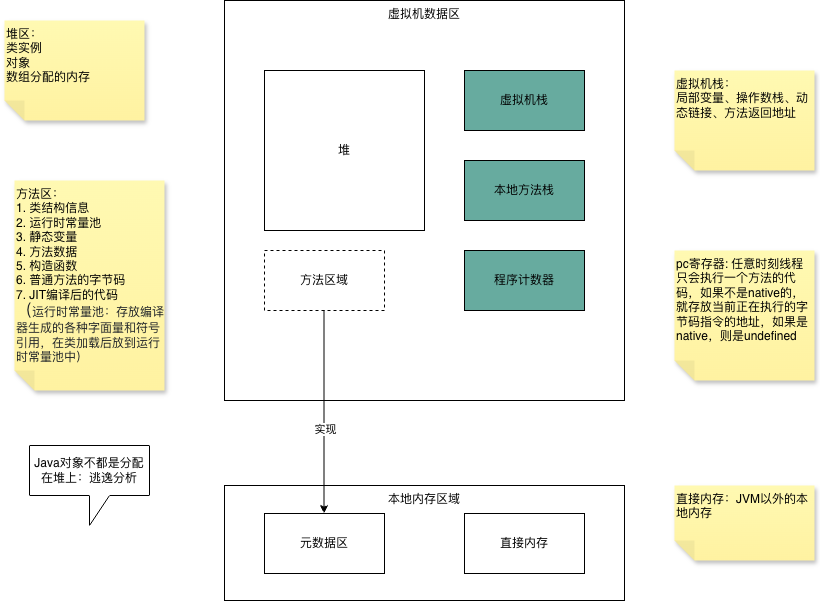
The draw.io diagram 未命名绘图.drawio.png in ggs2015/file, before a commit. Source tidied: cells renumbered, new cells last; positions are measured from the earlier drawing's top-left corner, leaving out a move shared by most shapes. Source of this version:
```xml
<mxGraphModel>
  <root>
    <mxCell id="0" />
    <mxCell id="1" parent="0" />
    <mxCell id="2" value="虚拟机数据区" style="whiteSpace=wrap;html=1;verticalAlign=top;" parent="1" vertex="1">
      <mxGeometry x="220" width="400" height="400" as="geometry" />
    </mxCell>
    <mxCell id="3" value="堆" style="whiteSpace=wrap;html=1;" parent="1" vertex="1">
      <mxGeometry x="260" y="70" width="160" height="160" as="geometry" />
    </mxCell>
    <mxCell id="4" value="虚拟机栈" style="rounded=0;whiteSpace=wrap;html=1;fillColor=#67AB9F;" parent="1" vertex="1">
      <mxGeometry x="460" y="70" width="120" height="60" as="geometry" />
    </mxCell>
    <mxCell id="5" value="本地方法栈" style="rounded=0;whiteSpace=wrap;html=1;fillColor=#67AB9F;" parent="1" vertex="1">
      <mxGeometry x="460" y="160" width="120" height="60" as="geometry" />
    </mxCell>
    <mxCell id="6" value="程序计数器" style="rounded=0;whiteSpace=wrap;html=1;fillColor=#67AB9F;" parent="1" vertex="1">
      <mxGeometry x="460" y="250" width="120" height="60" as="geometry" />
    </mxCell>
    <mxCell id="7" value="方法区域" style="rounded=0;whiteSpace=wrap;html=1;dashed=1;" parent="1" vertex="1">
      <mxGeometry x="260" y="250" width="120" height="60" as="geometry" />
    </mxCell>
    <mxCell id="8" value="方法区：&lt;div&gt;1. 类结构信息&lt;/div&gt;&lt;div&gt;2. 运行时常量池&lt;/div&gt;&lt;div&gt;3. 静态变量&lt;/div&gt;&lt;div&gt;4. 方法数据&lt;/div&gt;&lt;div&gt;5. 构造函数&lt;/div&gt;&lt;div&gt;6. 普通方法的字节码&lt;/div&gt;&lt;div&gt;7. JIT编译后的代码&lt;/div&gt;&lt;div&gt;&lt;font face=&quot;Helvetica&quot;&gt;&lt;span style=&quot;color: rgb(31, 35, 40); font-size: 16px;&quot;&gt;（&lt;/span&gt;&lt;span style=&quot;color: rgb(31, 35, 40);&quot;&gt;&lt;font style=&quot;&quot;&gt;运行时常量池：存放编译器生成的各种字面量和符号引用，在类加载后放到运行时常量池中）&lt;/font&gt;&lt;/span&gt;&lt;/font&gt;&lt;/div&gt;" style="shape=note;whiteSpace=wrap;html=1;backgroundOutline=1;fontColor=#000000;darkOpacity=0.05;fillColor=#FFF9B2;strokeColor=none;fillStyle=solid;direction=west;gradientDirection=north;gradientColor=#FFF2A1;shadow=1;size=20;verticalAlign=top;align=left;" parent="1" vertex="1">
      <mxGeometry x="10" y="180" width="150" height="210" as="geometry" />
    </mxCell>
    <mxCell id="9" value="堆区：&lt;div&gt;类实例&lt;/div&gt;&lt;div&gt;对象&lt;/div&gt;&lt;div&gt;数组分配的内存&lt;/div&gt;&lt;div&gt;&lt;br&gt;&lt;/div&gt;" style="shape=note;whiteSpace=wrap;html=1;backgroundOutline=1;fontColor=#000000;darkOpacity=0.05;fillColor=#FFF9B2;strokeColor=none;fillStyle=solid;direction=west;gradientDirection=north;gradientColor=#FFF2A1;shadow=1;size=20;align=left;verticalAlign=top;" parent="1" vertex="1">
      <mxGeometry y="20" width="140" height="100" as="geometry" />
    </mxCell>
    <mxCell id="10" value="虚拟机栈：&lt;div&gt;局部变量、操作数栈、动态链接、方法返回地址&lt;/div&gt;" style="shape=note;whiteSpace=wrap;html=1;backgroundOutline=1;fontColor=#000000;darkOpacity=0.05;fillColor=#FFF9B2;strokeColor=none;fillStyle=solid;direction=west;gradientDirection=north;gradientColor=#FFF2A1;shadow=1;size=20;align=left;verticalAlign=top;" parent="1" vertex="1">
      <mxGeometry x="670" y="70" width="140" height="100" as="geometry" />
    </mxCell>
    <mxCell id="11" value="&lt;article data-content=&quot;[{&amp;quot;type&amp;quot;:&amp;quot;block&amp;quot;,&amp;quot;id&amp;quot;:&amp;quot;3060-1621846615933&amp;quot;,&amp;quot;name&amp;quot;:&amp;quot;paragraph&amp;quot;,&amp;quot;data&amp;quot;:{},&amp;quot;nodes&amp;quot;:[{&amp;quot;type&amp;quot;:&amp;quot;text&amp;quot;,&amp;quot;id&amp;quot;:&amp;quot;p5PQ-1621846617594&amp;quot;,&amp;quot;leaves&amp;quot;:[{&amp;quot;text&amp;quot;:&amp;quot;pc寄存器:&amp;nbsp;任意时刻线程只会执行一个方法的代码，如果不是native的，就存放当前正在执行的字节码指令的地址，如果是native，则是undefined&amp;quot;,&amp;quot;marks&amp;quot;:[]}]}],&amp;quot;state&amp;quot;:{}}]&quot;&gt;&lt;div style=&quot;white-space-collapse: preserve;&quot;&gt;&lt;font&gt;pc寄存器: 任意时刻线程只会执行一个方法的代码，如果不是native的，就存放当前正在执行的字节码指令的地址，如果是native，则是undefined&lt;/font&gt;&lt;/div&gt;&lt;/article&gt;" style="shape=note;whiteSpace=wrap;html=1;backgroundOutline=1;fontColor=#000000;darkOpacity=0.05;fillColor=#FFF9B2;strokeColor=none;fillStyle=solid;direction=west;gradientDirection=north;gradientColor=#FFF2A1;shadow=1;size=20;align=left;verticalAlign=top;" parent="1" vertex="1">
      <mxGeometry x="670" y="250" width="140" height="130" as="geometry" />
    </mxCell>
    <mxCell id="12" value="本地内存区域" style="rounded=0;whiteSpace=wrap;html=1;verticalAlign=top;" parent="1" vertex="1">
      <mxGeometry x="220" y="485" width="400" height="115" as="geometry" />
    </mxCell>
    <mxCell id="13" value="元数据区" style="rounded=0;whiteSpace=wrap;html=1;" parent="1" vertex="1">
      <mxGeometry x="260" y="513" width="120" height="60" as="geometry" />
    </mxCell>
    <mxCell id="14" value="直接内存" style="rounded=0;whiteSpace=wrap;html=1;" parent="1" vertex="1">
      <mxGeometry x="460" y="513" width="120" height="60" as="geometry" />
    </mxCell>
    <mxCell id="15" style="edgeStyle=orthogonalEdgeStyle;rounded=0;orthogonalLoop=1;jettySize=auto;html=1;exitX=0.5;exitY=1;exitDx=0;exitDy=0;entryX=0.5;entryY=0;entryDx=0;entryDy=0;" parent="1" edge="1">
      <mxGeometry relative="1" as="geometry">
        <mxPoint x="319.5" y="310" as="sourcePoint" />
        <mxPoint x="319.5" y="513" as="targetPoint" />
      </mxGeometry>
    </mxCell>
    <mxCell id="16" value="实现" style="edgeLabel;html=1;align=center;verticalAlign=middle;" parent="15" vertex="1">
      <mxGeometry x="0.16" y="1" relative="1" as="geometry" />
    </mxCell>
    <mxCell id="17" value="直接内存：JVM以外的本地内存" style="shape=note;whiteSpace=wrap;html=1;backgroundOutline=1;fontColor=#000000;darkOpacity=0.05;fillColor=#FFF9B2;strokeColor=none;fillStyle=solid;direction=west;gradientDirection=north;gradientColor=#FFF2A1;shadow=1;size=20;align=left;verticalAlign=top;" parent="1" vertex="1">
      <mxGeometry x="670" y="485" width="140" height="75" as="geometry" />
    </mxCell>
    <mxCell id="18" value="Java对象不都是分配在堆上：逃逸分析" style="shape=callout;whiteSpace=wrap;html=1;perimeter=calloutPerimeter;" parent="1" vertex="1">
      <mxGeometry x="25" y="445" width="120" height="80" as="geometry" />
    </mxCell>
  </root>
</mxGraphModel>
```
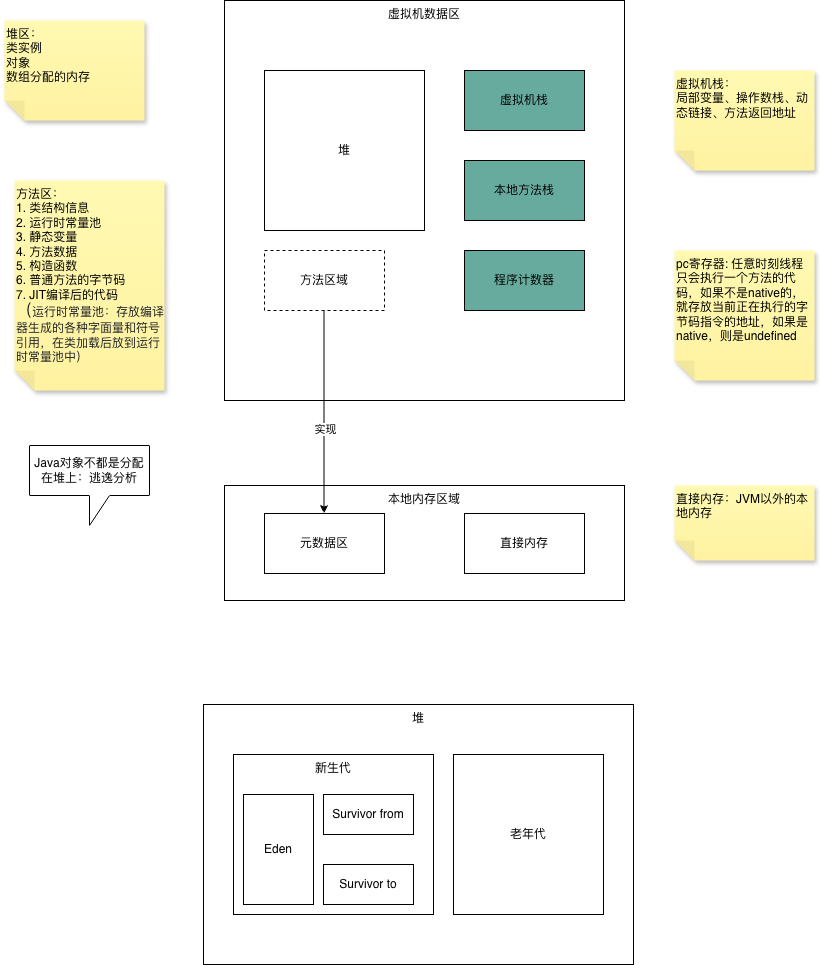
Later version of the same file.

Commit message:
更新未命名绘图.drawio.png

Diff of the diagram source:
```diff
@@ -56,5 +56,23 @@
     <mxCell id="18" value="Java对象不都是分配在堆上：逃逸分析" style="shape=callout;whiteSpace=wrap;html=1;perimeter=calloutPerimeter;" parent="1" vertex="1">
       <mxGeometry x="25" y="445" width="120" height="80" as="geometry" />
     </mxCell>
+    <mxCell id="19" value="堆" style="rounded=0;whiteSpace=wrap;html=1;align=center;verticalAlign=top;" parent="1" vertex="1">
+      <mxGeometry x="199" y="704" width="430" height="260" as="geometry" />
+    </mxCell>
+    <mxCell id="20" value="新生代" style="rounded=0;whiteSpace=wrap;html=1;verticalAlign=top;" parent="1" vertex="1">
+      <mxGeometry x="229" y="754" width="200" height="160" as="geometry" />
+    </mxCell>
+    <mxCell id="21" value="老年代" style="rounded=0;whiteSpace=wrap;html=1;" parent="1" vertex="1">
+      <mxGeometry x="449" y="754" width="150" height="160" as="geometry" />
+    </mxCell>
+    <mxCell id="22" value="Eden" style="rounded=0;whiteSpace=wrap;html=1;" parent="1" vertex="1">
+      <mxGeometry x="239" y="794" width="70" height="110" as="geometry" />
+    </mxCell>
+    <mxCell id="23" value="Survivor from" style="rounded=0;whiteSpace=wrap;html=1;" parent="1" vertex="1">
+      <mxGeometry x="319" y="794" width="90" height="40" as="geometry" />
+    </mxCell>
+    <mxCell id="24" value="Survivor to" style="rounded=0;whiteSpace=wrap;html=1;" parent="1" vertex="1">
+      <mxGeometry x="319" y="864" width="90" height="40" as="geometry" />
+    </mxCell>
   </root>
 </mxGraphModel>
```
